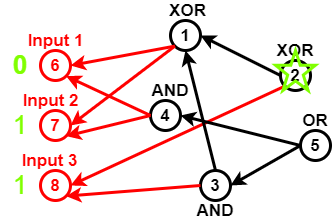
The draw.io diagram Untitled Diagram.png in sara1024/-CCF201412-2-Z-, before a commit. Source tidied: cells renumbered, new cells last; positions are measured from the earlier drawing's top-left corner, leaving out a move shared by most shapes.
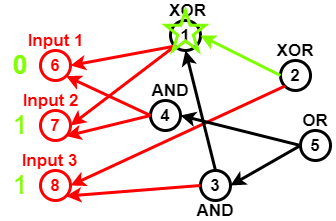
Later version of the same file.

Diff of the diagram source:
```diff
@@ -53,7 +53,7 @@
     <mxCell id="18" style="endArrow=classic;html=1;strokeColor=#000000;strokeWidth=3;fontSize=17;fontColor=#000000;entryX=0.5;entryY=1;entryDx=0;entryDy=0;exitX=0.5;exitY=0;exitDx=0;exitDy=0;" parent="1" edge="1" source="11" target="5">
       <mxGeometry relative="1" as="geometry" />
     </mxCell>
-    <mxCell id="19" style="endArrow=classic;html=1;strokeColor=#000000;strokeWidth=3;fontSize=17;fontColor=#000000;entryX=1;entryY=0.5;entryDx=0;entryDy=0;exitX=0;exitY=0.5;exitDx=0;exitDy=0;" parent="1" edge="1" source="13" target="5">
+    <mxCell id="19" style="endArrow=classic;html=1;strokeWidth=3;fontSize=17;entryX=1;entryY=0.5;entryDx=0;entryDy=0;exitX=0;exitY=0.5;exitDx=0;exitDy=0;strokeColor=#80FF00;" parent="1" edge="1" source="13" target="5">
       <mxGeometry relative="1" as="geometry" />
     </mxCell>
     <mxCell id="20" value="XOR" style="text;html=1;strokeColor=none;fillColor=none;align=center;verticalAlign=middle;whiteSpace=wrap;rounded=0;fontSize=17;fontColor=#000000;fontStyle=1;" parent="1" vertex="1">
@@ -81,7 +81,7 @@
       <mxGeometry x="17.5" y="150" width="62.5" height="20" as="geometry" />
     </mxCell>
     <mxCell id="28" style="verticalLabelPosition=bottom;verticalAlign=top;html=1;shape=mxgraph.basic.star;strokeColor=#80FF00;strokeWidth=3;fillColor=none;gradientColor=none;fontSize=17;fontColor=#FF0000;" parent="1" vertex="1">
-      <mxGeometry x="275" y="50" width="40" height="40" as="geometry" />
+      <mxGeometry x="165" y="10" width="40" height="40" as="geometry" />
     </mxCell>
     <mxCell id="29" value="0" style="text;html=1;strokeColor=none;fillColor=none;align=center;verticalAlign=middle;whiteSpace=wrap;rounded=0;fontSize=26;fontStyle=1;fontColor=#80FF00;" parent="1" vertex="1">
       <mxGeometry y="55" width="40" height="20" as="geometry" />
```
